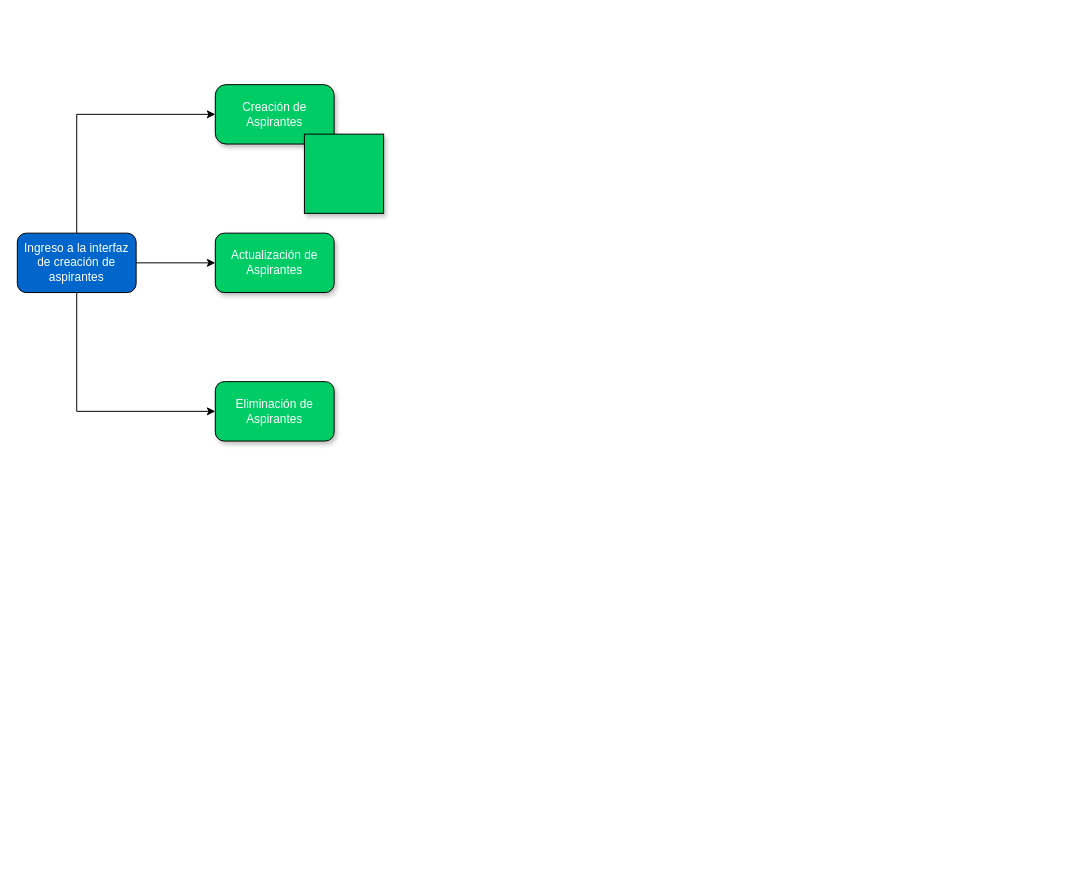
JuanPablo-2000/ApiRest_Angular keeps this draw.io diagram as Untitled Diagram.drawio. Above is the earlier version. Source tidied: cells renumbered, new cells numbered last; positions are measured from the earlier drawing's top-left corner, leaving out a move shared by most shapes. Both pictures are drawn from the tidied source at 99%, with x=0, y=0 at pixel (17, 84).
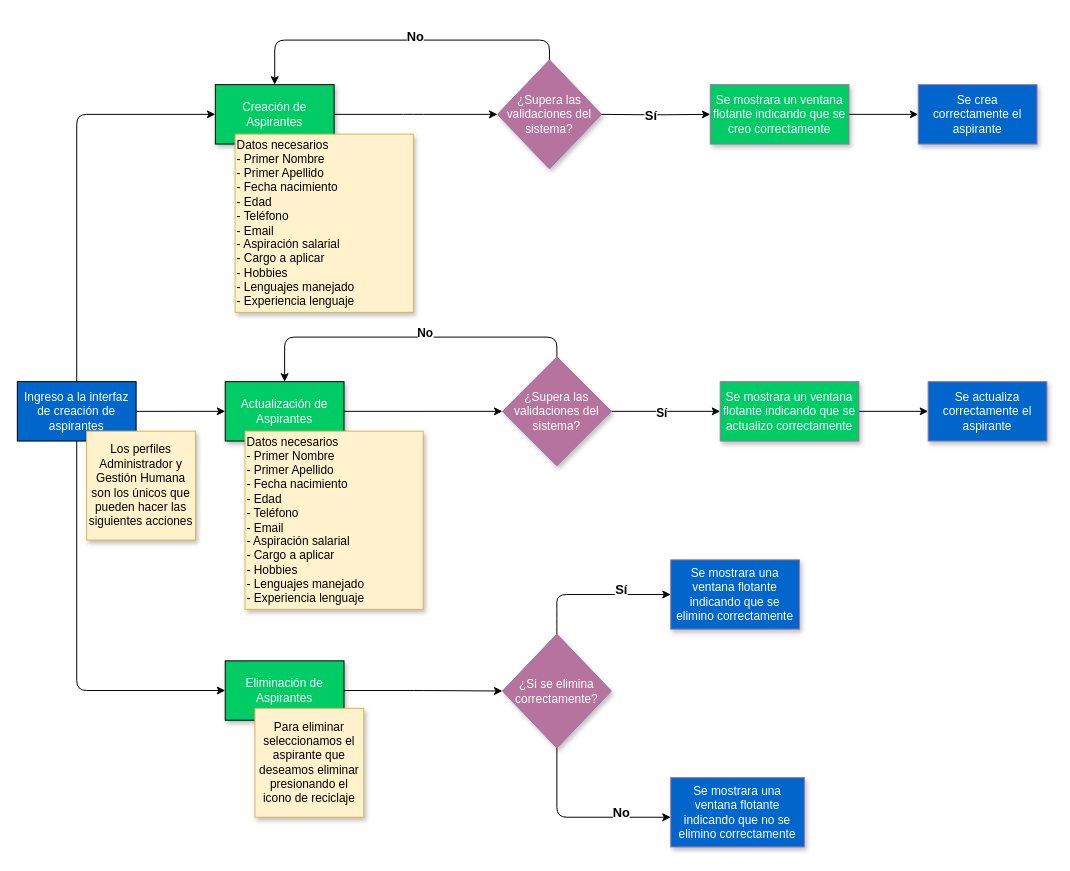
The same diagram, later.

Commit message:
Gestión_Humana_Aspirantes

Diff of the diagram source:
```diff
@@
-    <mxCell id="2" style="edgeStyle=orthogonalEdgeStyle;rounded=0;jettySize=auto;html=1;fontColor=#FFFFFF;" parent="1" edge="1" source="5" target="6">
+    <mxCell id="2" style="edgeStyle=orthogonalEdgeStyle;jettySize=auto;html=1;fontColor=#FFFFFF;" parent="1" edge="1" source="5" target="6">
       <mxGeometry relative="1" as="geometry">
         <Array as="points">
           <mxPoint x="60" y="30" />
         </Array>
       </mxGeometry>
     </mxCell>
-    <mxCell id="3" style="edgeStyle=orthogonalEdgeStyle;rounded=0;jettySize=auto;html=1;fontColor=#FFFFFF;" parent="1" edge="1" source="5" target="7">
+    <mxCell id="3" style="edgeStyle=orthogonalEdgeStyle;jettySize=auto;html=1;fontColor=#FFFFFF;" parent="1" edge="1" source="5" target="7">
       <mxGeometry relative="1" as="geometry" />
     </mxCell>
-    <mxCell id="4" style="edgeStyle=orthogonalEdgeStyle;rounded=0;jettySize=auto;html=1;fontColor=#FFFFFF;" parent="1" edge="1" source="5" target="8">
+    <mxCell id="4" style="edgeStyle=orthogonalEdgeStyle;jettySize=auto;html=1;fontColor=#FFFFFF;" parent="1" edge="1" source="5" target="8">
       <mxGeometry relative="1" as="geometry">
         <Array as="points">
-          <mxPoint x="60" y="330" />
+          <mxPoint x="60" y="612" />
         </Array>
       </mxGeometry>
     </mxCell>
-    <mxCell id="5" value="&lt;font color=&quot;#ffffff&quot;&gt;Ingreso a la interfaz de creación de aspirantes&lt;/font&gt;" style="rounded=1;whiteSpace=wrap;html=1;fillColor=#0066CC;" parent="1" vertex="1">
-      <mxGeometry y="150" width="120" height="60" as="geometry" />
-    </mxCell>
+    <mxCell id="10" style="edgeStyle=orthogonalEdgeStyle;jettySize=auto;html=1;exitX=1;exitY=0.5;exitDx=0;exitDy=0;entryX=0;entryY=0.5;entryDx=0;entryDy=0;fontSize=13;fontColor=#000000;" parent="1" edge="1" source="6" target="15">
+      <mxGeometry relative="1" as="geometry">
+        <Array as="points">
+          <mxPoint x="400" y="30" />
+          <mxPoint x="400" y="30" />
+        </Array>
+      </mxGeometry>
+    </mxCell>
-    <mxCell id="6" value="&lt;font color=&quot;#ffffff&quot;&gt;Creación de Aspirantes&lt;/font&gt;" style="whiteSpace=wrap;html=1;rounded=1;fillColor=#00CC66;shadow=1;arcSize=18;" parent="1" vertex="1">
+    <mxCell id="6" value="&lt;font color=&quot;#ffffff&quot;&gt;Creación de Aspirantes&lt;/font&gt;" style="whiteSpace=wrap;html=1;fillColor=#00CC66;shadow=1;arcSize=18;" parent="1" vertex="1">
       <mxGeometry x="200" width="120" height="60" as="geometry" />
     </mxCell>
+    <mxCell id="11" style="edgeStyle=orthogonalEdgeStyle;jettySize=auto;html=1;" parent="1" edge="1" source="7" target="19">
+      <mxGeometry relative="1" as="geometry" />
+    </mxCell>
-    <mxCell id="7" value="&lt;font color=&quot;#ffffff&quot;&gt;Actualización de Aspirantes&lt;/font&gt;" style="whiteSpace=wrap;html=1;rounded=1;fillColor=#00CC66;shadow=1;" parent="1" vertex="1">
-      <mxGeometry x="200" y="150" width="120" height="60" as="geometry" />
+    <mxCell id="7" value="&lt;font color=&quot;#ffffff&quot;&gt;Actualización de Aspirantes&lt;/font&gt;" style="whiteSpace=wrap;html=1;fillColor=#00CC66;shadow=1;" parent="1" vertex="1">
+      <mxGeometry x="210" y="300" width="120" height="60" as="geometry" />
     </mxCell>
+    <mxCell id="12" style="edgeStyle=orthogonalEdgeStyle;jettySize=auto;html=1;" parent="1" edge="1" source="8" target="22">
+      <mxGeometry relative="1" as="geometry" />
+    </mxCell>
-    <mxCell id="8" value="Eliminación de Aspirantes" style="rounded=1;whiteSpace=wrap;html=1;fontColor=#FFFFFF;fillColor=#00CC66;shadow=1;" parent="1" vertex="1">
-      <mxGeometry x="200" y="300" width="120" height="60" as="geometry" />
+    <mxCell id="8" value="Eliminación de Aspirantes" style="whiteSpace=wrap;html=1;fontColor=#FFFFFF;fillColor=#00CC66;shadow=1;" parent="1" vertex="1">
+      <mxGeometry x="210" y="582" width="120" height="60" as="geometry" />
     </mxCell>
-    <mxCell id="9" style="whiteSpace=wrap;html=1;shadow=1;fontColor=#FFFFFF;fillColor=#00CC66;" parent="1" vertex="1">
-      <mxGeometry x="290" y="50" width="80" height="80" as="geometry" />
+    <mxCell id="9" value="Datos necesarios&lt;br&gt;- Primer Nombre&lt;br&gt;- Primer Apellido&lt;br&gt;- Fecha nacimiento&lt;br&gt;- Edad&lt;br&gt;- Teléfono&lt;br&gt;- Email&lt;br&gt;- Aspiración salarial&lt;br&gt;- Cargo a aplicar&lt;br&gt;- Hobbies&lt;br&gt;- Lenguajes manejado&lt;br&gt;- Experiencia lenguaje" style="whiteSpace=wrap;html=1;shadow=1;fillColor=#fff2cc;strokeColor=#d6b656;align=left;" parent="1" vertex="1">
+      <mxGeometry x="220" y="50" width="180" height="180" as="geometry" />
     </mxCell>
+    <mxCell id="13" style="edgeStyle=orthogonalEdgeStyle;jettySize=auto;html=1;exitX=0.5;exitY=0;exitDx=0;exitDy=0;entryX=0.5;entryY=0;entryDx=0;entryDy=0;fontColor=#FFFFFF;" parent="1" edge="1" source="15" target="6">
+      <mxGeometry relative="1" as="geometry">
+        <Array as="points">
+          <mxPoint x="538" y="-45" />
+          <mxPoint x="420" y="-50" />
+          <mxPoint x="260" y="-45" />
+        </Array>
+      </mxGeometry>
+    </mxCell>
+    <mxCell id="14" value="&lt;p&gt;&lt;font style=&quot;font-size: 13px&quot; color=&quot;#000000&quot;&gt;&lt;b&gt;No&lt;/b&gt;&lt;/font&gt;&lt;/p&gt;" style="edgeLabel;html=1;align=center;verticalAlign=middle;fontColor=#FFFFFF;" parent="13" vertex="1">
+      <mxGeometry x="-0.09" y="2" relative="1" as="geometry">
+        <mxPoint y="-7" as="offset" />
+      </mxGeometry>
+    </mxCell>
+    <mxCell id="15" value="&lt;span style=&quot;color: rgb(255 , 255 , 255)&quot;&gt;¿Supera las validaciones del sistema?&lt;/span&gt;" style="rhombus;whiteSpace=wrap;html=1;shadow=1;fillColor=#B5739D;arcSize=18;strokeColor=#9673a6;" parent="1" vertex="1">
+      <mxGeometry x="485" y="-25" width="105" height="110" as="geometry" />
+    </mxCell>
+    <mxCell id="16" style="edgeStyle=orthogonalEdgeStyle;jettySize=auto;html=1;exitX=0.5;exitY=0;exitDx=0;exitDy=0;entryX=0.5;entryY=0;entryDx=0;entryDy=0;fontSize=12;fontColor=#FFFFFF;" parent="1" edge="1" source="19" target="7">
+      <mxGeometry relative="1" as="geometry" />
+    </mxCell>
+    <mxCell id="17" value="&lt;font color=&quot;#000000&quot;&gt;&lt;b&gt;No&lt;/b&gt;&lt;/font&gt;" style="edgeLabel;html=1;align=center;verticalAlign=middle;fontSize=12;fontColor=#FFFFFF;" parent="16" vertex="1">
+      <mxGeometry x="-0.21" y="-1" relative="1" as="geometry">
+        <mxPoint x="-20" y="-4" as="offset" />
+      </mxGeometry>
+    </mxCell>
+    <mxCell id="18" style="edgeStyle=orthogonalEdgeStyle;jettySize=auto;html=1;exitX=1;exitY=0.5;exitDx=0;exitDy=0;entryX=0;entryY=0.5;entryDx=0;entryDy=0;fontSize=13;fontColor=#FFFFFF;" parent="1" edge="1" source="19" target="30">
+      <mxGeometry relative="1" as="geometry" />
+    </mxCell>
+    <mxCell id="19" value="&lt;font color=&quot;#ffffff&quot;&gt;¿Supera las validaciones del sistema?&lt;/font&gt;" style="rhombus;whiteSpace=wrap;html=1;shadow=1;fillColor=#B5739D;strokeColor=#9673a6;" parent="1" vertex="1">
+      <mxGeometry x="490" y="275" width="110" height="110" as="geometry" />
+    </mxCell>
+    <mxCell id="20" value="&lt;b&gt;&lt;font style=&quot;font-size: 13px&quot;&gt;Sí&lt;/font&gt;&lt;/b&gt;" style="edgeStyle=orthogonalEdgeStyle;jettySize=auto;html=1;" parent="1" edge="1" source="22" target="24">
+      <mxGeometry x="0.35" y="5" relative="1" as="geometry">
+        <Array as="points">
+          <mxPoint x="545" y="540" />
+          <mxPoint x="545" y="540" />
+        </Array>
+      </mxGeometry>
+    </mxCell>
+    <mxCell id="21" value="&lt;font color=&quot;#000000&quot;&gt;&lt;b&gt;No&lt;/b&gt;&lt;/font&gt;" style="edgeStyle=orthogonalEdgeStyle;jettySize=auto;html=1;fontSize=13;fontColor=#B5739D;" parent="1" edge="1" source="22" target="28">
+      <mxGeometry x="0.46" y="5" relative="1" as="geometry">
+        <Array as="points">
+          <mxPoint x="545" y="740" />
+        </Array>
+      </mxGeometry>
+    </mxCell>
+    <mxCell id="22" value="&lt;font color=&quot;#ffffff&quot;&gt;¿Si se elimina correctamente?&lt;/font&gt;" style="rhombus;whiteSpace=wrap;html=1;shadow=1;fillColor=#B5739D;strokeColor=#9673a6;fontColor=#B5739D;" parent="1" vertex="1">
+      <mxGeometry x="490" y="555" width="110" height="115" as="geometry" />
+    </mxCell>
+    <mxCell id="23" value="&lt;font color=&quot;#ffffff&quot;&gt;Se actualiza correctamente el aspirante&lt;/font&gt;" style="whiteSpace=wrap;html=1;shadow=1;strokeColor=#9673a6;fillColor=#0066CC;" parent="1" vertex="1">
+      <mxGeometry x="920" y="300" width="120" height="60" as="geometry" />
+    </mxCell>
+    <mxCell id="24" value="&lt;font color=&quot;#ffffff&quot;&gt;Se mostrara una ventana flotante indicando que se elimino correctamente&lt;/font&gt;" style="whiteSpace=wrap;html=1;shadow=1;strokeColor=#9673a6;fillColor=#0066CC;" parent="1" vertex="1">
+      <mxGeometry x="660" y="480" width="130" height="70" as="geometry" />
+    </mxCell>
+    <mxCell id="5" value="&lt;font color=&quot;#ffffff&quot;&gt;Ingreso a la interfaz de creación de aspirantes&lt;/font&gt;" style="whiteSpace=wrap;html=1;fillColor=#0066CC;" parent="1" vertex="1">
+      <mxGeometry y="300" width="120" height="60" as="geometry" />
+    </mxCell>
+    <mxCell id="25" value="Los perfiles Administrador y Gestión Humana son los únicos que pueden hacer las siguientes acciones" style="whiteSpace=wrap;html=1;shadow=1;fillColor=#fff2cc;strokeColor=#d6b656;" parent="1" vertex="1">
+      <mxGeometry x="70" y="350" width="110" height="110" as="geometry" />
+    </mxCell>
+    <mxCell id="26" value="Datos necesarios&lt;br&gt;- Primer Nombre&lt;br&gt;- Primer Apellido&lt;br&gt;- Fecha nacimiento&lt;br&gt;- Edad&lt;br&gt;- Teléfono&lt;br&gt;- Email&lt;br&gt;- Aspiración salarial&lt;br&gt;- Cargo a aplicar&lt;br&gt;- Hobbies&lt;br&gt;- Lenguajes manejado&lt;br&gt;- Experiencia lenguaje" style="whiteSpace=wrap;html=1;shadow=1;fillColor=#fff2cc;strokeColor=#d6b656;align=left;" parent="1" vertex="1">
+      <mxGeometry x="230" y="350" width="180" height="180" as="geometry" />
+    </mxCell>
+    <mxCell id="27" value="Para eliminar seleccionamos el aspirante que deseamos eliminar presionando el icono de reciclaje" style="whiteSpace=wrap;html=1;shadow=1;fillColor=#fff2cc;strokeColor=#d6b656;" parent="1" vertex="1">
+      <mxGeometry x="240" y="630" width="110" height="110" as="geometry" />
+    </mxCell>
+    <mxCell id="28" value="&lt;font color=&quot;#ffffff&quot;&gt;Se mostrara una ventana flotante indicando que no se elimino correctamente&lt;/font&gt;" style="whiteSpace=wrap;html=1;shadow=1;fontColor=#B5739D;strokeColor=#9673a6;fillColor=#0066CC;" parent="1" vertex="1">
+      <mxGeometry x="660" y="700" width="135" height="70" as="geometry" />
+    </mxCell>
+    <mxCell id="29" style="edgeStyle=orthogonalEdgeStyle;jettySize=auto;html=1;exitX=1;exitY=0.5;exitDx=0;exitDy=0;entryX=0;entryY=0.5;entryDx=0;entryDy=0;fontSize=13;fontColor=#FFFFFF;" parent="1" edge="1" source="30" target="23">
+      <mxGeometry relative="1" as="geometry" />
+    </mxCell>
+    <mxCell id="30" value="&lt;font color=&quot;#ffffff&quot;&gt;Se mostrara un ventana flotante indicando que se actualizo correctamente&lt;/font&gt;" style="whiteSpace=wrap;html=1;shadow=1;strokeColor=#9673a6;fillColor=#00CC66;" parent="1" vertex="1">
+      <mxGeometry x="710" y="300" width="140" height="60" as="geometry" />
+    </mxCell>
+    <mxCell id="31" value="&lt;b&gt;Sí&lt;/b&gt;" style="edgeLabel;html=1;align=center;verticalAlign=middle;fontSize=12;fontColor=#000000;" parent="1" vertex="1">
+      <mxGeometry x="410" y="330" as="geometry">
+        <mxPoint x="240" y="1" as="offset" />
+      </mxGeometry>
+    </mxCell>
+    <mxCell id="32" style="edgeStyle=orthogonalEdgeStyle;jettySize=auto;html=1;exitX=1;exitY=0.5;exitDx=0;exitDy=0;entryX=0;entryY=0.5;entryDx=0;entryDy=0;fontSize=13;fontColor=#FFFFFF;" parent="1" edge="1" target="36">
+      <mxGeometry relative="1" as="geometry">
+        <mxPoint x="590" y="30" as="sourcePoint" />
+      </mxGeometry>
+    </mxCell>
+    <mxCell id="33" value="&lt;font color=&quot;#000000&quot;&gt;&lt;b&gt;Sí&lt;/b&gt;&lt;/font&gt;" style="edgeLabel;html=1;align=center;verticalAlign=middle;fontSize=13;fontColor=#FFFFFF;" parent="32" vertex="1">
+      <mxGeometry x="-0.16" relative="1" as="geometry">
+        <mxPoint x="4" as="offset" />
+      </mxGeometry>
+    </mxCell>
+    <mxCell id="34" value="&lt;font color=&quot;#ffffff&quot;&gt;Se crea correctamente el aspirante&lt;/font&gt;" style="whiteSpace=wrap;html=1;shadow=1;strokeColor=#9673a6;fillColor=#0066CC;" parent="1" vertex="1">
+      <mxGeometry x="910" width="120" height="60" as="geometry" />
+    </mxCell>
+    <mxCell id="35" style="edgeStyle=orthogonalEdgeStyle;jettySize=auto;html=1;exitX=1;exitY=0.5;exitDx=0;exitDy=0;entryX=0;entryY=0.5;entryDx=0;entryDy=0;fontSize=13;fontColor=#FFFFFF;" parent="1" edge="1" source="36" target="34">
+      <mxGeometry relative="1" as="geometry" />
+    </mxCell>
+    <mxCell id="36" value="&lt;font color=&quot;#ffffff&quot;&gt;Se mostrara un ventana flotante indicando que se creo correctamente&lt;/font&gt;" style="whiteSpace=wrap;html=1;shadow=1;strokeColor=#9673a6;fillColor=#00CC66;" parent="1" vertex="1">
+      <mxGeometry x="700" width="140" height="60" as="geometry" />
+    </mxCell>
```
